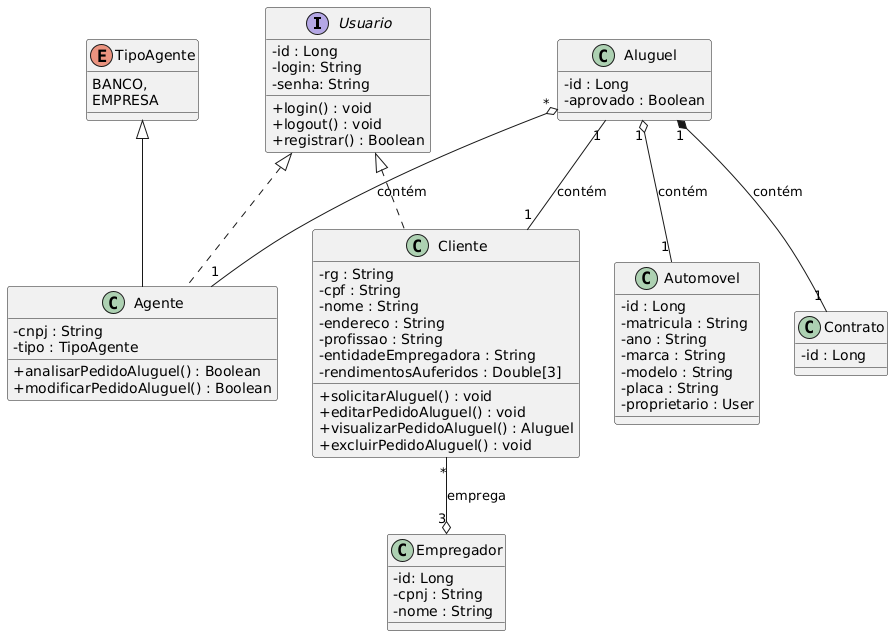
The PlantUML diagram project/img/DiagramaClasses.png in milenalara/sistema-de-aluguel-de-carros, before a commit. Its diagram source:
```plantuml
@startuml
skinparam classAttributeIconSize 0

Usuario <|.. Agente
Usuario <|.. Cliente
Aluguel "1" *-- "1" Contrato : contém
Aluguel "1" -- "1" Cliente : contém
Aluguel "1" o-- "1" Automovel : contém
Aluguel "*" o-- "1" Agente : contém
Cliente "*" --o "3" Empregador : emprega
TipoAgente <|-- Agente

interface Usuario {
    -id : Long
    -login: String
    -senha: String
    +login() : void
    +logout() : void
    +registrar() : Boolean
}

class Cliente {
    -rg : String
    -cpf : String
    -nome : String
    -endereco : String
    -profissao : String
    -entidadeEmpregadora : String
    -rendimentosAuferidos : Double[3]
    +solicitarAluguel() : void
    +editarPedidoAluguel() : void
    +visualizarPedidoAluguel() : Aluguel
    +excluirPedidoAluguel() : void
}

class Agente {
    -cnpj : String
    -tipo : TipoAgente
    +analisarPedidoAluguel() : Boolean
    +modificarPedidoAluguel() : Boolean
}

enum TipoAgente{
    BANCO,
    EMPRESA
}

class Empregador {
    -id: Long
    -cpnj : String
    -nome : String
}

class Aluguel {
    -id : Long
    -aprovado : Boolean
}

class Contrato {
    -id : Long
}

class Automovel {
    -id : Long
    -matricula : String
    -ano : String
    -marca : String
    -modelo : String
    -placa : String
    -proprietario : User
}
@enduml
```
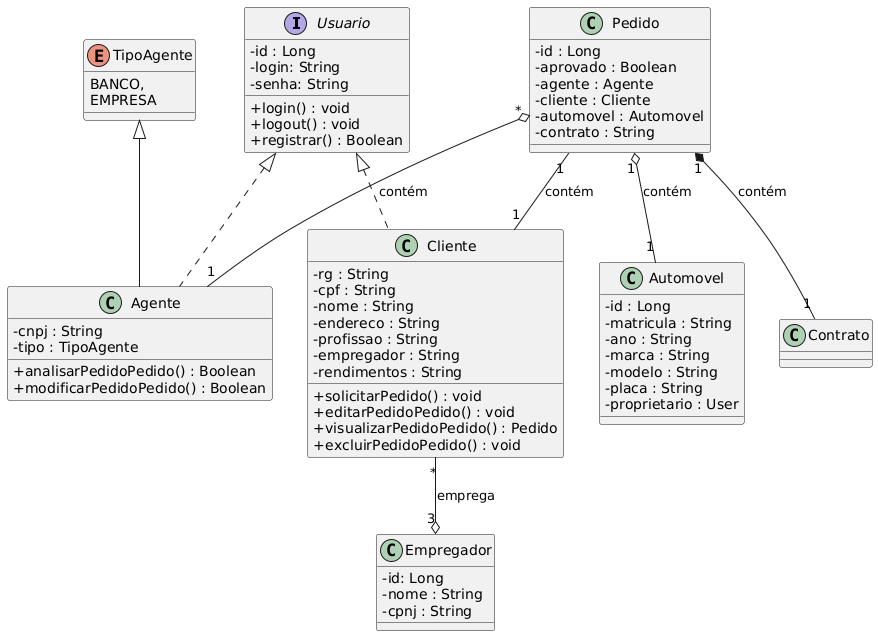
The same diagram one commit later.

The edit, as a diff of the source:
```diff
@@ -3,10 +3,10 @@
 
 Usuario <|.. Agente
 Usuario <|.. Cliente
-Aluguel "1" *-- "1" Contrato : contém
-Aluguel "1" -- "1" Cliente : contém
-Aluguel "1" o-- "1" Automovel : contém
-Aluguel "*" o-- "1" Agente : contém
+Pedido "1" *-- "1" Contrato : contém
+Pedido "1" -- "1" Cliente : contém
+Pedido "1" o-- "1" Automovel : contém
+Pedido "*" o-- "1" Agente : contém
 Cliente "*" --o "3" Empregador : emprega
 TipoAgente <|-- Agente
 
@@ -25,19 +25,19 @@
     -nome : String
     -endereco : String
     -profissao : String
-    -entidadeEmpregadora : String
-    -rendimentosAuferidos : Double[3]
-    +solicitarAluguel() : void
-    +editarPedidoAluguel() : void
-    +visualizarPedidoAluguel() : Aluguel
-    +excluirPedidoAluguel() : void
+    -empregador : String
+    -rendimentos : String
+    +solicitarPedido() : void
+    +editarPedidoPedido() : void
+    +visualizarPedidoPedido() : Pedido
+    +excluirPedidoPedido() : void
 }
 
 class Agente {
     -cnpj : String
     -tipo : TipoAgente
-    +analisarPedidoAluguel() : Boolean
-    +modificarPedidoAluguel() : Boolean
+    +analisarPedidoPedido() : Boolean
+    +modificarPedidoPedido() : Boolean
 }
 
 enum TipoAgente{
@@ -47,17 +47,17 @@
 
 class Empregador {
     -id: Long
+    -nome : String
     -cpnj : String
-    -nome : String
 }
 
-class Aluguel {
+class Pedido {
     -id : Long
     -aprovado : Boolean
-}
-
-class Contrato {
-    -id : Long
+    -agente : Agente
+    -cliente : Cliente
+    -automovel : Automovel
+    -contrato : String
 }
 
 class Automovel {
```
